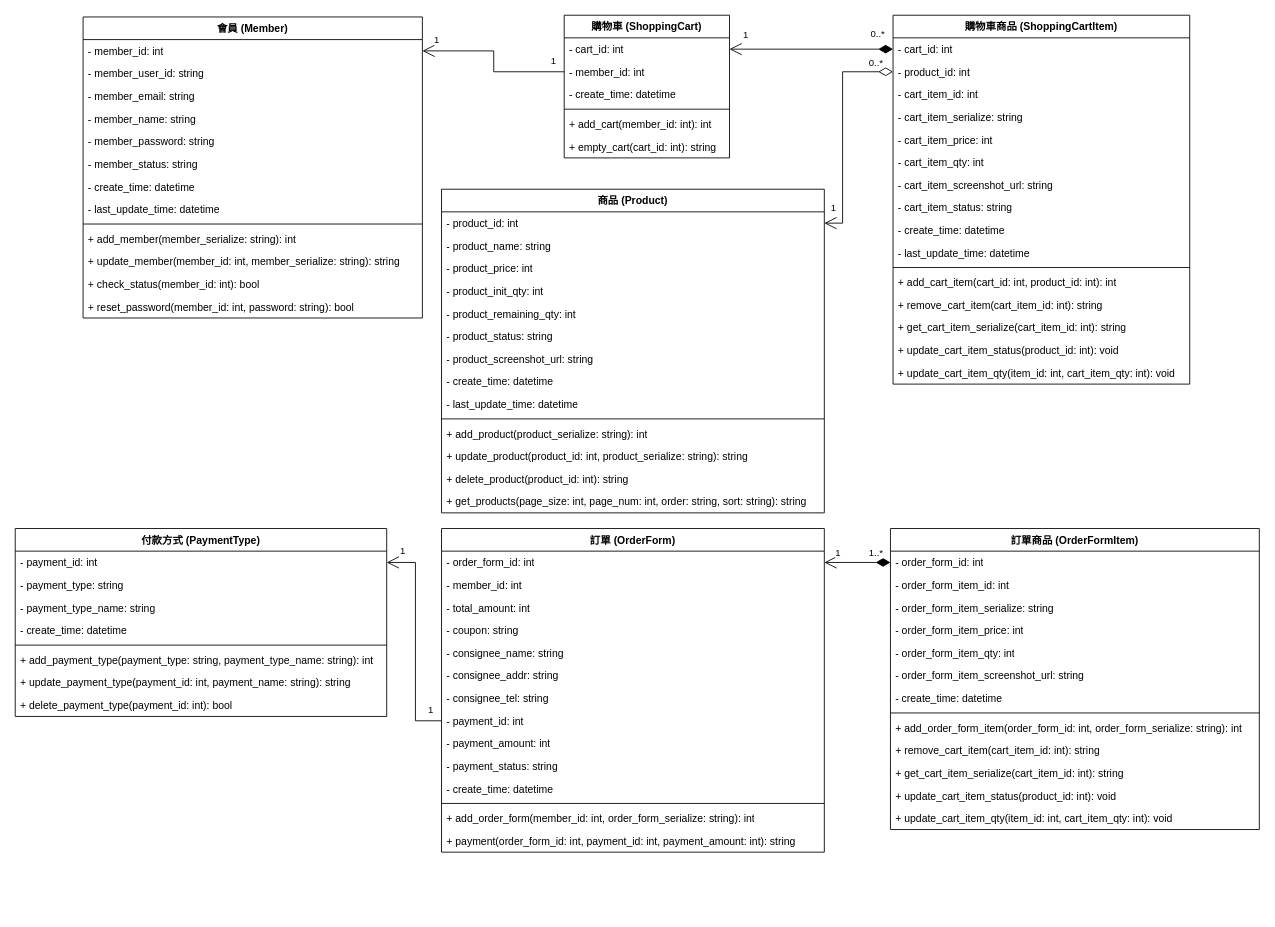
The draw.io diagram UML/將商品加入購物車.drawio in Nknu-Yea/shopping, before the edit. Source tidied: cells renumbered, new cells numbered last; positions are measured from the earlier drawing's top-left corner, leaving out a move shared by most shapes. Both pictures are drawn from the tidied source at 87%, with x=0, y=0 at pixel (15, 15).
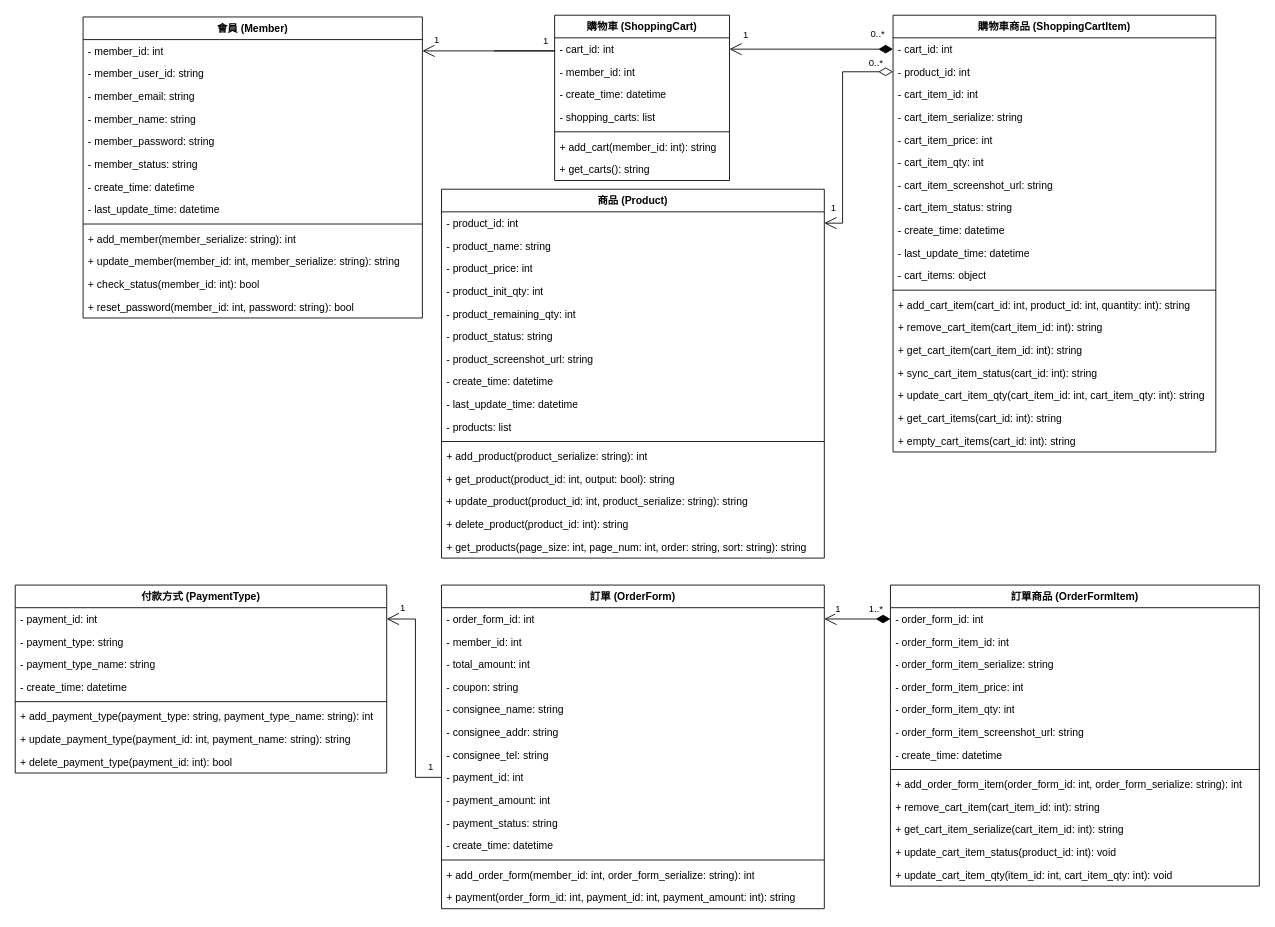
Above is the later version.

The change refers to these unchanged cells:
```xml
<mxCell id="30" value="- member_id: int" style="text;strokeColor=none;fillColor=none;align=left;verticalAlign=top;spacingLeft=4;spacingRight=4;overflow=hidden;points=[[0,0.5],[1,0.5]];portConstraint=eastwest;whiteSpace=wrap;html=1;" parent="29" vertex="1">
  <mxGeometry y="26" width="390" height="26" as="geometry" />
</mxCell>
<mxCell id="72" value="- payment_id: int" style="text;strokeColor=none;fillColor=none;align=left;verticalAlign=top;spacingLeft=4;spacingRight=4;overflow=hidden;points=[[0,0.5],[1,0.5]];portConstraint=eastwest;whiteSpace=wrap;html=1;" parent="64" vertex="1">
  <mxGeometry y="208" width="440" height="26" as="geometry" />
</mxCell>
<mxCell id="97" value="- payment_id: int" style="text;strokeColor=none;fillColor=none;align=left;verticalAlign=top;spacingLeft=4;spacingRight=4;overflow=hidden;points=[[0,0.5],[1,0.5]];portConstraint=eastwest;whiteSpace=wrap;html=1;" parent="96" vertex="1">
  <mxGeometry y="26" width="427" height="26" as="geometry" />
</mxCell>
```

What changed in the source:
```diff
@@
     <mxCell id="2" value="購物車 (ShoppingCart)" style="swimlane;fontStyle=1;align=center;verticalAlign=top;horizontal=1;startSize=26;whiteSpace=wrap;html=1;" parent="1" vertex="1">
-      <mxGeometry x="631" width="190" height="164" as="geometry" />
+      <mxGeometry x="620" width="201" height="190" as="geometry" />
     </mxCell>
-    <mxCell id="3" value="- cart_id: int" style="text;strokeColor=none;fillColor=none;align=left;verticalAlign=top;spacingLeft=4;spacingRight=4;overflow=hidden;points=[[0,0.5],[1,0.5]];portConstraint=eastwest;whiteSpace=wrap;html=1;" parent="2" vertex="1">
-      <mxGeometry y="26" width="190" height="26" as="geometry" />
-    </mxCell>
+    <mxCell id="108" value="- cart_id: int" style="text;strokeColor=none;fillColor=none;align=left;verticalAlign=top;spacingLeft=4;spacingRight=4;overflow=hidden;points=[[0,0.5],[1,0.5]];portConstraint=eastwest;whiteSpace=wrap;html=1;" parent="2" vertex="1">
+      <mxGeometry y="26" width="201" height="26" as="geometry" />
+    </mxCell>
     <mxCell id="4" value="- member_id: int" style="text;strokeColor=none;fillColor=none;align=left;verticalAlign=top;spacingLeft=4;spacingRight=4;overflow=hidden;points=[[0,0.5],[1,0.5]];portConstraint=eastwest;whiteSpace=wrap;html=1;" parent="2" vertex="1">
-      <mxGeometry y="52" width="190" height="26" as="geometry" />
+      <mxGeometry y="52" width="201" height="26" as="geometry" />
     </mxCell>
     <mxCell id="5" value="- create_time: datetime" style="text;strokeColor=none;fillColor=none;align=left;verticalAlign=top;spacingLeft=4;spacingRight=4;overflow=hidden;whiteSpace=wrap;html=1;" parent="2" vertex="1">
-      <mxGeometry y="78" width="190" height="26" as="geometry" />
+      <mxGeometry y="78" width="201" height="26" as="geometry" />
     </mxCell>
+    <mxCell id="3" value="- shopping_carts: list" style="text;strokeColor=none;fillColor=none;align=left;verticalAlign=top;spacingLeft=4;spacingRight=4;overflow=hidden;points=[[0,0.5],[1,0.5]];portConstraint=eastwest;whiteSpace=wrap;html=1;" parent="2" vertex="1">
+      <mxGeometry y="104" width="201" height="26" as="geometry" />
+    </mxCell>
     <mxCell id="6" style="line;strokeWidth=1;fillColor=none;align=left;verticalAlign=middle;spacingTop=-1;spacingLeft=3;spacingRight=3;labelPosition=right;strokeColor=inherit;" parent="2" vertex="1">
-      <mxGeometry y="104" width="190" height="8" as="geometry" />
+      <mxGeometry y="130" width="201" height="8" as="geometry" />
     </mxCell>
-    <mxCell id="7" value="+ add_cart(member_id: int): int" style="text;strokeColor=none;fillColor=none;align=left;verticalAlign=top;spacingLeft=4;spacingRight=4;overflow=hidden;whiteSpace=wrap;html=1;" parent="2" vertex="1">
-      <mxGeometry y="112" width="190" height="26" as="geometry" />
+    <mxCell id="7" value="+ add_cart(member_id: int): string" style="text;strokeColor=none;fillColor=none;align=left;verticalAlign=top;spacingLeft=4;spacingRight=4;overflow=hidden;whiteSpace=wrap;html=1;" parent="2" vertex="1">
+      <mxGeometry y="138" width="201" height="26" as="geometry" />
     </mxCell>
-    <mxCell id="8" value="+ empty_cart(cart_id: int): string" style="text;strokeColor=none;fillColor=none;align=left;verticalAlign=top;spacingLeft=4;spacingRight=4;overflow=hidden;whiteSpace=wrap;html=1;" parent="2" vertex="1">
-      <mxGeometry y="138" width="190" height="26" as="geometry" />
-    </mxCell>
+    <mxCell id="109" value="+ get_carts(): string" style="text;strokeColor=none;fillColor=none;align=left;verticalAlign=top;spacingLeft=4;spacingRight=4;overflow=hidden;whiteSpace=wrap;html=1;" parent="2" vertex="1">
+      <mxGeometry y="164" width="201" height="26" as="geometry" />
+    </mxCell>
     <mxCell id="9" value="購物車商品 (ShoppingCartItem)" style="swimlane;fontStyle=1;align=center;verticalAlign=top;horizontal=1;startSize=26;whiteSpace=wrap;html=1;" parent="1" vertex="1">
-      <mxGeometry x="1009" width="341" height="424" as="geometry" />
+      <mxGeometry x="1009" width="371" height="502" as="geometry" />
     </mxCell>
     <mxCell id="10" value="- cart_id: int" style="text;strokeColor=none;fillColor=none;align=left;verticalAlign=top;spacingLeft=4;spacingRight=4;overflow=hidden;points=[[0,0.5],[1,0.5]];portConstraint=eastwest;whiteSpace=wrap;html=1;" parent="9" vertex="1">
-      <mxGeometry y="26" width="341" height="26" as="geometry" />
+      <mxGeometry y="26" width="371" height="26" as="geometry" />
     </mxCell>
     <mxCell id="11" value="- product_id: int" style="text;strokeColor=none;fillColor=none;align=left;verticalAlign=top;spacingLeft=4;spacingRight=4;overflow=hidden;points=[[0,0.5],[1,0.5]];portConstraint=eastwest;whiteSpace=wrap;html=1;" parent="9" vertex="1">
-      <mxGeometry y="52" width="341" height="26" as="geometry" />
+      <mxGeometry y="52" width="371" height="26" as="geometry" />
     </mxCell>
     <mxCell id="12" value="- cart_item_id: int" style="text;strokeColor=none;fillColor=none;align=left;verticalAlign=top;spacingLeft=4;spacingRight=4;overflow=hidden;whiteSpace=wrap;html=1;" parent="9" vertex="1">
-      <mxGeometry y="78" width="341" height="26" as="geometry" />
+      <mxGeometry y="78" width="371" height="26" as="geometry" />
     </mxCell>
     <mxCell id="13" value="- cart_item_serialize: string" style="text;strokeColor=none;fillColor=none;align=left;verticalAlign=top;spacingLeft=4;spacingRight=4;overflow=hidden;whiteSpace=wrap;html=1;" parent="9" vertex="1">
-      <mxGeometry y="104" width="341" height="26" as="geometry" />
+      <mxGeometry y="104" width="371" height="26" as="geometry" />
     </mxCell>
     <mxCell id="14" value="- cart_item_price: int" style="text;strokeColor=none;fillColor=none;align=left;verticalAlign=top;spacingLeft=4;spacingRight=4;overflow=hidden;whiteSpace=wrap;html=1;" parent="9" vertex="1">
-      <mxGeometry y="130" width="341" height="26" as="geometry" />
+      <mxGeometry y="130" width="371" height="26" as="geometry" />
     </mxCell>
     <mxCell id="15" value="- cart_item_qty: int" style="text;strokeColor=none;fillColor=none;align=left;verticalAlign=top;spacingLeft=4;spacingRight=4;overflow=hidden;whiteSpace=wrap;html=1;" parent="9" vertex="1">
-      <mxGeometry y="156" width="341" height="26" as="geometry" />
+      <mxGeometry y="156" width="371" height="26" as="geometry" />
     </mxCell>
     <mxCell id="16" value="- cart_item_screenshot_url: string" style="text;strokeColor=none;fillColor=none;align=left;verticalAlign=top;spacingLeft=4;spacingRight=4;overflow=hidden;whiteSpace=wrap;html=1;" parent="9" vertex="1">
-      <mxGeometry y="182" width="341" height="26" as="geometry" />
+      <mxGeometry y="182" width="371" height="26" as="geometry" />
     </mxCell>
     <mxCell id="17" value="- cart_item_status: string" style="text;strokeColor=none;fillColor=none;align=left;verticalAlign=top;spacingLeft=4;spacingRight=4;overflow=hidden;whiteSpace=wrap;html=1;" parent="9" vertex="1">
-      <mxGeometry y="208" width="341" height="26" as="geometry" />
+      <mxGeometry y="208" width="371" height="26" as="geometry" />
     </mxCell>
     <mxCell id="18" value="- create_time: datetime" style="text;strokeColor=none;fillColor=none;align=left;verticalAlign=top;spacingLeft=4;spacingRight=4;overflow=hidden;whiteSpace=wrap;html=1;" parent="9" vertex="1">
-      <mxGeometry y="234" width="341" height="26" as="geometry" />
+      <mxGeometry y="234" width="371" height="26" as="geometry" />
     </mxCell>
     <mxCell id="19" value="- last_update_time: datetime" style="text;strokeColor=none;fillColor=none;align=left;verticalAlign=top;spacingLeft=4;spacingRight=4;overflow=hidden;whiteSpace=wrap;html=1;" parent="9" vertex="1">
-      <mxGeometry y="260" width="341" height="26" as="geometry" />
+      <mxGeometry y="260" width="371" height="26" as="geometry" />
     </mxCell>
+    <mxCell id="110" value="- cart_items: object" style="text;strokeColor=none;fillColor=none;align=left;verticalAlign=top;spacingLeft=4;spacingRight=4;overflow=hidden;whiteSpace=wrap;html=1;" parent="9" vertex="1">
+      <mxGeometry y="286" width="371" height="26" as="geometry" />
+    </mxCell>
     <mxCell id="20" style="line;strokeWidth=1;fillColor=none;align=left;verticalAlign=middle;spacingTop=-1;spacingLeft=3;spacingRight=3;labelPosition=right;strokeColor=inherit;" parent="9" vertex="1">
-      <mxGeometry y="286" width="341" height="8" as="geometry" />
+      <mxGeometry y="312" width="371" height="8" as="geometry" />
     </mxCell>
-    <mxCell id="21" value="+ add_cart_item(cart_id: int, product_id: int): int" style="text;strokeColor=none;fillColor=none;align=left;verticalAlign=top;spacingLeft=4;spacingRight=4;overflow=hidden;whiteSpace=wrap;html=1;" parent="9" vertex="1">
-      <mxGeometry y="294" width="341" height="26" as="geometry" />
+    <mxCell id="21" value="+ add_cart_item(cart_id: int, product_id: int, quantity: int): string" style="text;strokeColor=none;fillColor=none;align=left;verticalAlign=top;spacingLeft=4;spacingRight=4;overflow=hidden;whiteSpace=wrap;html=1;" parent="9" vertex="1">
+      <mxGeometry y="320" width="371" height="26" as="geometry" />
     </mxCell>
     <mxCell id="22" value="+ remove_cart_item(cart_item_id: int): string" style="text;strokeColor=none;fillColor=none;align=left;verticalAlign=top;spacingLeft=4;spacingRight=4;overflow=hidden;whiteSpace=wrap;html=1;" parent="9" vertex="1">
-      <mxGeometry y="320" width="341" height="26" as="geometry" />
+      <mxGeometry y="346" width="371" height="26" as="geometry" />
     </mxCell>
-    <mxCell id="23" value="+ get_cart_item_serialize(cart_item_id: int): string" style="text;strokeColor=none;fillColor=none;align=left;verticalAlign=top;spacingLeft=4;spacingRight=4;overflow=hidden;whiteSpace=wrap;html=1;" parent="9" vertex="1">
-      <mxGeometry y="346" width="341" height="26" as="geometry" />
+    <mxCell id="23" value="+ get_cart_item(cart_item_id: int): string" style="text;strokeColor=none;fillColor=none;align=left;verticalAlign=top;spacingLeft=4;spacingRight=4;overflow=hidden;whiteSpace=wrap;html=1;" parent="9" vertex="1">
+      <mxGeometry y="372" width="371" height="26" as="geometry" />
     </mxCell>
-    <mxCell id="24" value="+ update_cart_item_status(product_id: int): void" style="text;strokeColor=none;fillColor=none;align=left;verticalAlign=top;spacingLeft=4;spacingRight=4;overflow=hidden;whiteSpace=wrap;html=1;" parent="9" vertex="1">
-      <mxGeometry y="372" width="341" height="26" as="geometry" />
+    <mxCell id="24" value="+ sync_cart_item_status(cart_id: int): string" style="text;strokeColor=none;fillColor=none;align=left;verticalAlign=top;spacingLeft=4;spacingRight=4;overflow=hidden;whiteSpace=wrap;html=1;" parent="9" vertex="1">
+      <mxGeometry y="398" width="371" height="26" as="geometry" />
     </mxCell>
-    <mxCell id="25" value="+ update_cart_item_qty(item_id: int, cart_item_qty: int): void" style="text;strokeColor=none;fillColor=none;align=left;verticalAlign=top;spacingLeft=4;spacingRight=4;overflow=hidden;whiteSpace=wrap;html=1;" parent="9" vertex="1">
-      <mxGeometry y="398" width="341" height="26" as="geometry" />
+    <mxCell id="25" value="+ update_cart_item_qty(cart_item_id: int, cart_item_qty: int): string" style="text;strokeColor=none;fillColor=none;align=left;verticalAlign=top;spacingLeft=4;spacingRight=4;overflow=hidden;whiteSpace=wrap;html=1;" parent="9" vertex="1">
+      <mxGeometry y="424" width="371" height="26" as="geometry" />
     </mxCell>
+    <mxCell id="111" value="+ get_cart_items(cart_id: int): string" style="text;strokeColor=none;fillColor=none;align=left;verticalAlign=top;spacingLeft=4;spacingRight=4;overflow=hidden;whiteSpace=wrap;html=1;" parent="9" vertex="1">
+      <mxGeometry y="450" width="371" height="26" as="geometry" />
+    </mxCell>
+    <mxCell id="8" value="+ empty_cart_items(cart_id: int): string" style="text;strokeColor=none;fillColor=none;align=left;verticalAlign=top;spacingLeft=4;spacingRight=4;overflow=hidden;whiteSpace=wrap;html=1;" parent="9" vertex="1">
+      <mxGeometry y="476" width="371" height="26" as="geometry" />
+    </mxCell>
-    <mxCell id="26" style="endArrow=open;html=1;endSize=12;startArrow=diamondThin;startSize=14;startFill=1;edgeStyle=orthogonalEdgeStyle;align=left;verticalAlign=bottom;rounded=0;entryX=1;entryY=0.5;entryDx=0;entryDy=0;exitX=0;exitY=0.5;exitDx=0;exitDy=0;" parent="1" edge="1" source="10" target="3">
+    <mxCell id="26" style="endArrow=open;html=1;endSize=12;startArrow=diamondThin;startSize=14;startFill=1;edgeStyle=orthogonalEdgeStyle;align=left;verticalAlign=bottom;rounded=0;entryX=1;entryY=0.5;entryDx=0;entryDy=0;exitX=0;exitY=0.5;exitDx=0;exitDy=0;" parent="1" edge="1" source="10" target="108">
       <mxGeometry relative="1" as="geometry" />
     </mxCell>
@@
     <mxCell id="43" value="商品 (Product)" style="swimlane;fontStyle=1;align=center;verticalAlign=top;horizontal=1;startSize=26;whiteSpace=wrap;html=1;" parent="1" vertex="1">
-      <mxGeometry x="490" y="200" width="440" height="372" as="geometry" />
+      <mxGeometry x="490" y="200" width="440" height="424" as="geometry" />
     </mxCell>
@@
+    <mxCell id="112" value="- products: list" style="text;strokeColor=none;fillColor=none;align=left;verticalAlign=top;spacingLeft=4;spacingRight=4;overflow=hidden;whiteSpace=wrap;html=1;" parent="43" vertex="1">
+      <mxGeometry y="260" width="440" height="26" as="geometry" />
+    </mxCell>
     <mxCell id="53" style="line;strokeWidth=1;fillColor=none;align=left;verticalAlign=middle;spacingTop=-1;spacingLeft=3;spacingRight=3;labelPosition=right;strokeColor=inherit;" parent="43" vertex="1">
-      <mxGeometry y="260" width="440" height="8" as="geometry" />
+      <mxGeometry y="286" width="440" height="8" as="geometry" />
     </mxCell>
     <mxCell id="54" value="+ add_product(product_serialize: string): int" style="text;strokeColor=none;fillColor=none;align=left;verticalAlign=top;spacingLeft=4;spacingRight=4;overflow=hidden;whiteSpace=wrap;html=1;" parent="43" vertex="1">
-      <mxGeometry y="268" width="440" height="26" as="geometry" />
+      <mxGeometry y="294" width="440" height="26" as="geometry" />
     </mxCell>
+    <mxCell id="113" value="+ get_product(product_id: int, output: bool): string" style="text;strokeColor=none;fillColor=none;align=left;verticalAlign=top;spacingLeft=4;spacingRight=4;overflow=hidden;whiteSpace=wrap;html=1;" parent="43" vertex="1">
+      <mxGeometry y="320" width="440" height="26" as="geometry" />
+    </mxCell>
     <mxCell id="55" value="+ update_product(product_id: int, product_serialize: string): string" style="text;strokeColor=none;fillColor=none;align=left;verticalAlign=top;spacingLeft=4;spacingRight=4;overflow=hidden;whiteSpace=wrap;html=1;" parent="43" vertex="1">
-      <mxGeometry y="294" width="440" height="26" as="geometry" />
+      <mxGeometry y="346" width="440" height="26" as="geometry" />
     </mxCell>
     <mxCell id="56" value="+ delete_product(product_id: int): string" style="text;strokeColor=none;fillColor=none;align=left;verticalAlign=top;spacingLeft=4;spacingRight=4;overflow=hidden;whiteSpace=wrap;html=1;" parent="43" vertex="1">
-      <mxGeometry y="320" width="440" height="26" as="geometry" />
+      <mxGeometry y="372" width="440" height="26" as="geometry" />
     </mxCell>
     <mxCell id="57" value="+ get_products(page_size: int, page_num: int, order: string, sort: string): string" style="text;strokeColor=none;fillColor=none;align=left;verticalAlign=top;spacingLeft=4;spacingRight=4;overflow=hidden;whiteSpace=wrap;html=1;" parent="43" vertex="1">
-      <mxGeometry y="346" width="440" height="26" as="geometry" />
+      <mxGeometry y="398" width="440" height="26" as="geometry" />
     </mxCell>
@@
-    <mxCell id="61" style="endArrow=open;endFill=1;endSize=12;html=1;rounded=0;entryX=1;entryY=0.5;entryDx=0;entryDy=0;exitX=0;exitY=0.5;exitDx=0;exitDy=0;" parent="1" edge="1" source="4" target="30">
+    <mxCell id="61" style="endArrow=open;endFill=1;endSize=12;html=1;rounded=0;entryX=1;entryY=0.5;entryDx=0;entryDy=0;" parent="1" edge="1" target="30">
       <mxGeometry relative="1" as="geometry">
+        <mxPoint x="550" y="41" as="sourcePoint" />
         <Array as="points">
-          <mxPoint x="550" y="65" />
+          <mxPoint x="620" y="41" />
           <mxPoint x="550" y="41" />
         </Array>
       </mxGeometry>
     </mxCell>
     <mxCell id="62" value="1" style="edgeLabel;html=1;align=left;verticalAlign=bottom;" parent="61" vertex="1">
       <mxGeometry x="-1" relative="1" as="geometry">
-        <mxPoint x="-17" y="-4" as="offset" />
+        <mxPoint x="55" y="-4" as="offset" />
       </mxGeometry>
     </mxCell>
@@
     <mxCell id="64" value="訂單 (OrderForm)" style="swimlane;fontStyle=1;align=center;verticalAlign=top;horizontal=1;startSize=26;whiteSpace=wrap;html=1;" parent="1" vertex="1">
-      <mxGeometry x="490" y="590" width="440" height="372" as="geometry" />
+      <mxGeometry x="490" y="655" width="440" height="372" as="geometry" />
     </mxCell>
@@
     <mxCell id="79" value="訂單商品 (OrderFormItem)" style="swimlane;fontStyle=1;align=center;verticalAlign=top;horizontal=1;startSize=26;whiteSpace=wrap;html=1;" parent="1" vertex="1">
-      <mxGeometry x="1006" y="590" width="424" height="346" as="geometry" />
+      <mxGeometry x="1006" y="655" width="424" height="346" as="geometry" />
     </mxCell>
@@
     <mxCell id="96" value="付款方式 (PaymentType)" style="swimlane;fontStyle=1;align=center;verticalAlign=top;horizontal=1;startSize=26;whiteSpace=wrap;html=1;" parent="1" vertex="1">
-      <mxGeometry y="590" width="427" height="216" as="geometry" />
+      <mxGeometry y="655" width="427" height="216" as="geometry" />
     </mxCell>
@@
     <mxCell id="105" style="endArrow=open;endFill=1;endSize=12;html=1;rounded=0;exitX=0;exitY=0.5;exitDx=0;exitDy=0;entryX=1;entryY=0.5;entryDx=0;entryDy=0;" parent="1" edge="1" source="72" target="97">
       <mxGeometry relative="1" as="geometry">
         <Array as="points">
-          <mxPoint x="460" y="811" />
-          <mxPoint x="460" y="629" />
+          <mxPoint x="460" y="876" />
+          <mxPoint x="460" y="694" />
         </Array>
       </mxGeometry>
     </mxCell>
```
